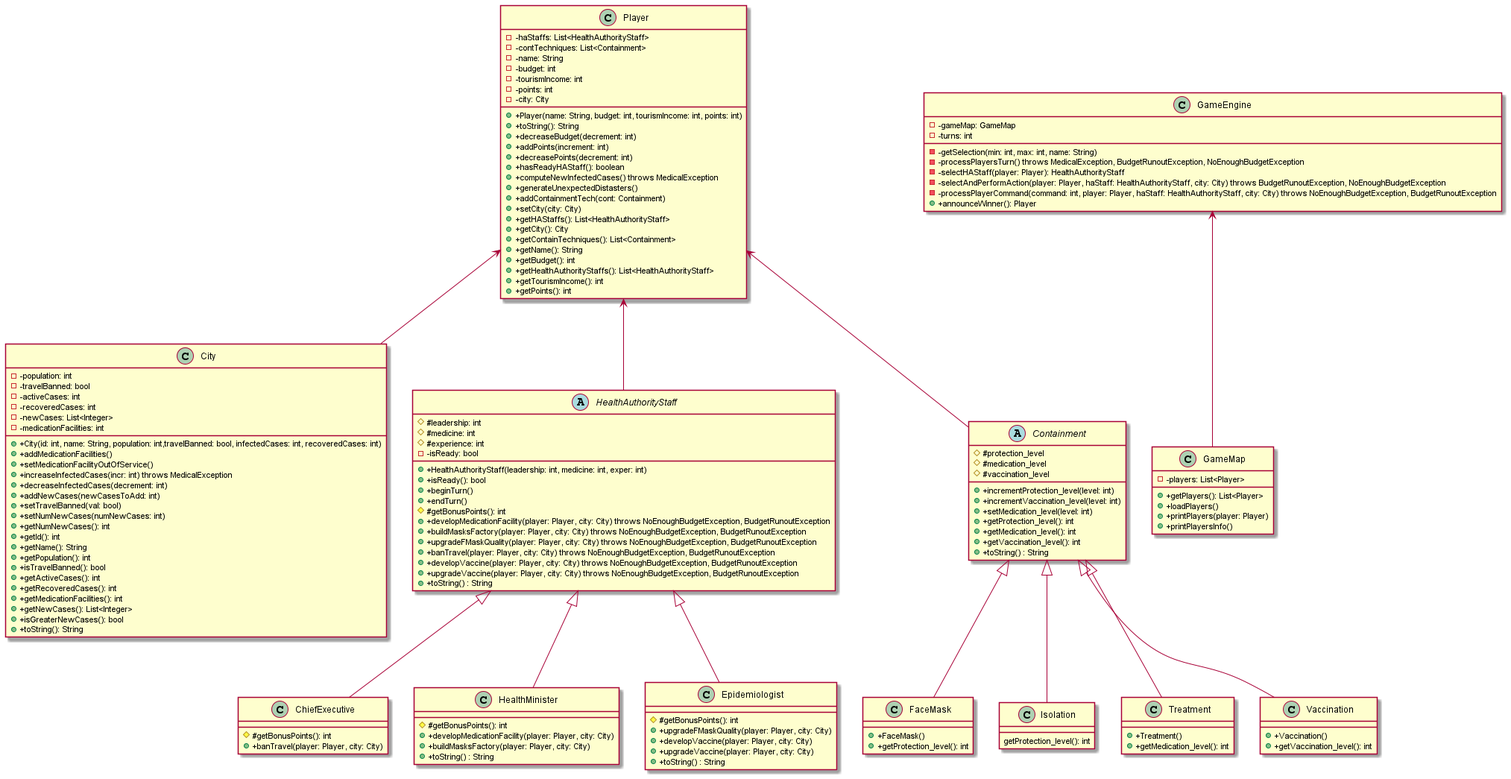
Above: engine.png in ahmad-hl/comp3021-corona-spring2021 (PlantUML), before the change.
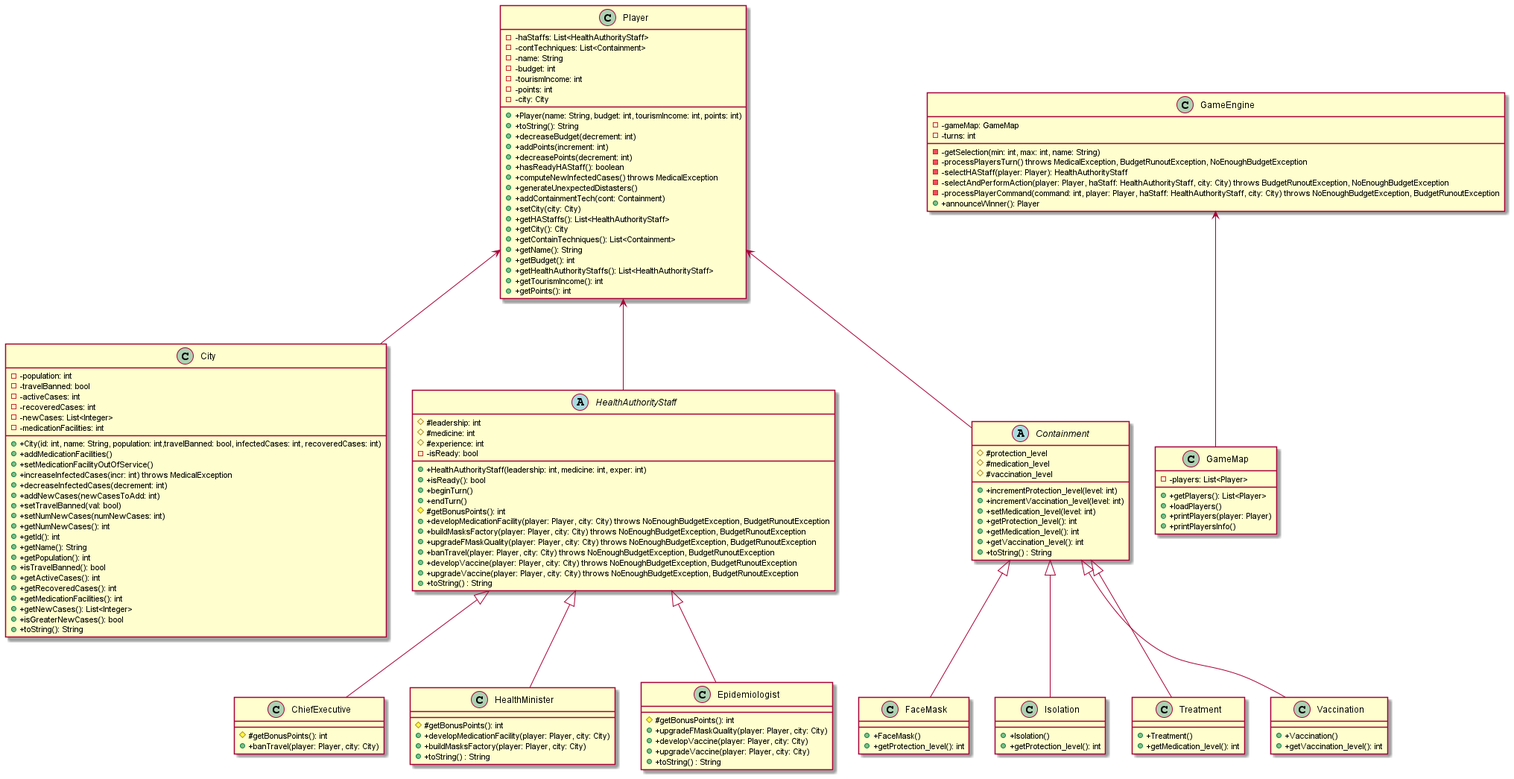
Later version of the same file.

Commit message:
update: class diagram to show modifiers, parameters, and return types

Change to the diagram source:
```diff
@@ -131,7 +131,8 @@
 + +getProtection_level(): int
 }
 class Isolation{
-getProtection_level(): int
++ +Isolation()
++ +getProtection_level(): int
 }
 class Treatment{
 + +Treatment()
@@ -150,5 +151,4 @@
 Player <-- Containment
 Player <-- HealthAuthorityStaff
 GameEngine <-- GameMap
-
 @enduml
```
